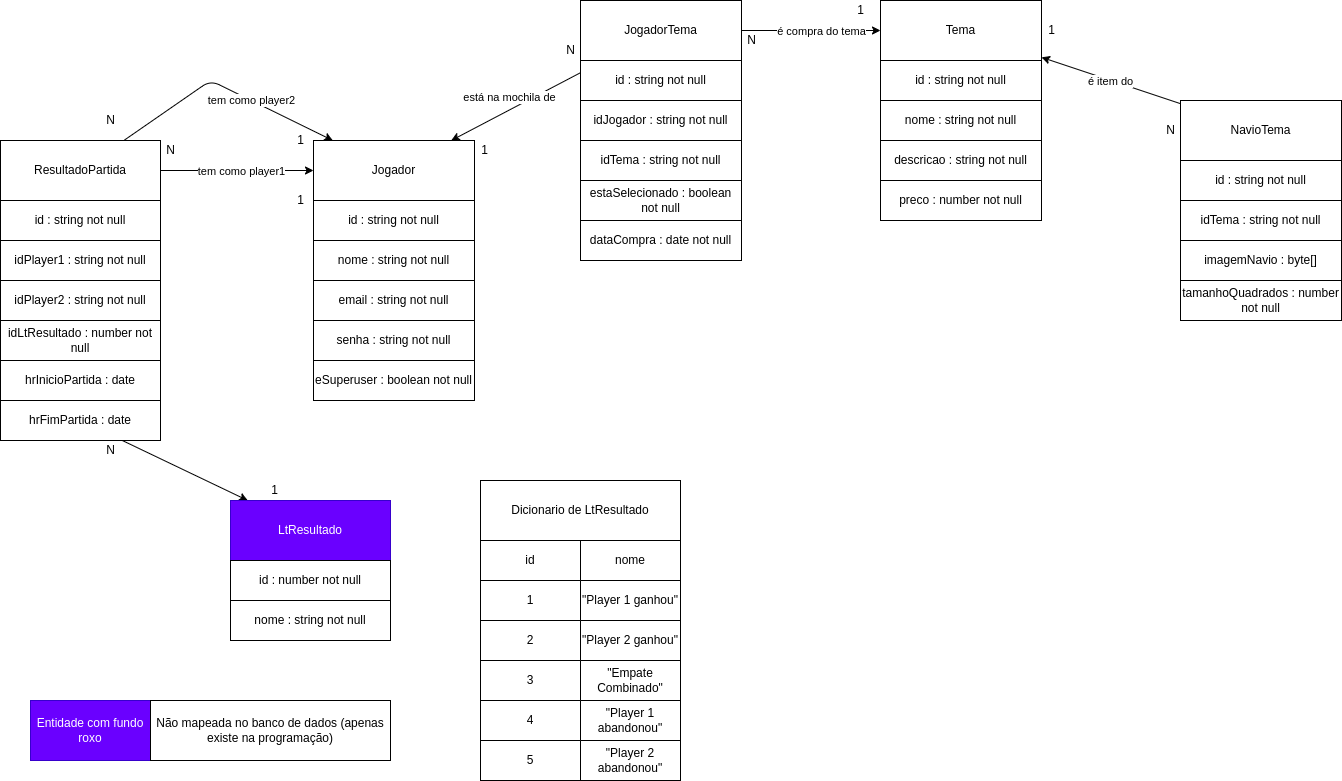
Before: analise/mer_v2.drawio.png, a diagram exported from draw.io (leandroalveswork/encouracadoValente_02). Source tidied: cells renumbered, new cells last; positions are measured from the earlier drawing's top-left corner, leaving out a move shared by most shapes.
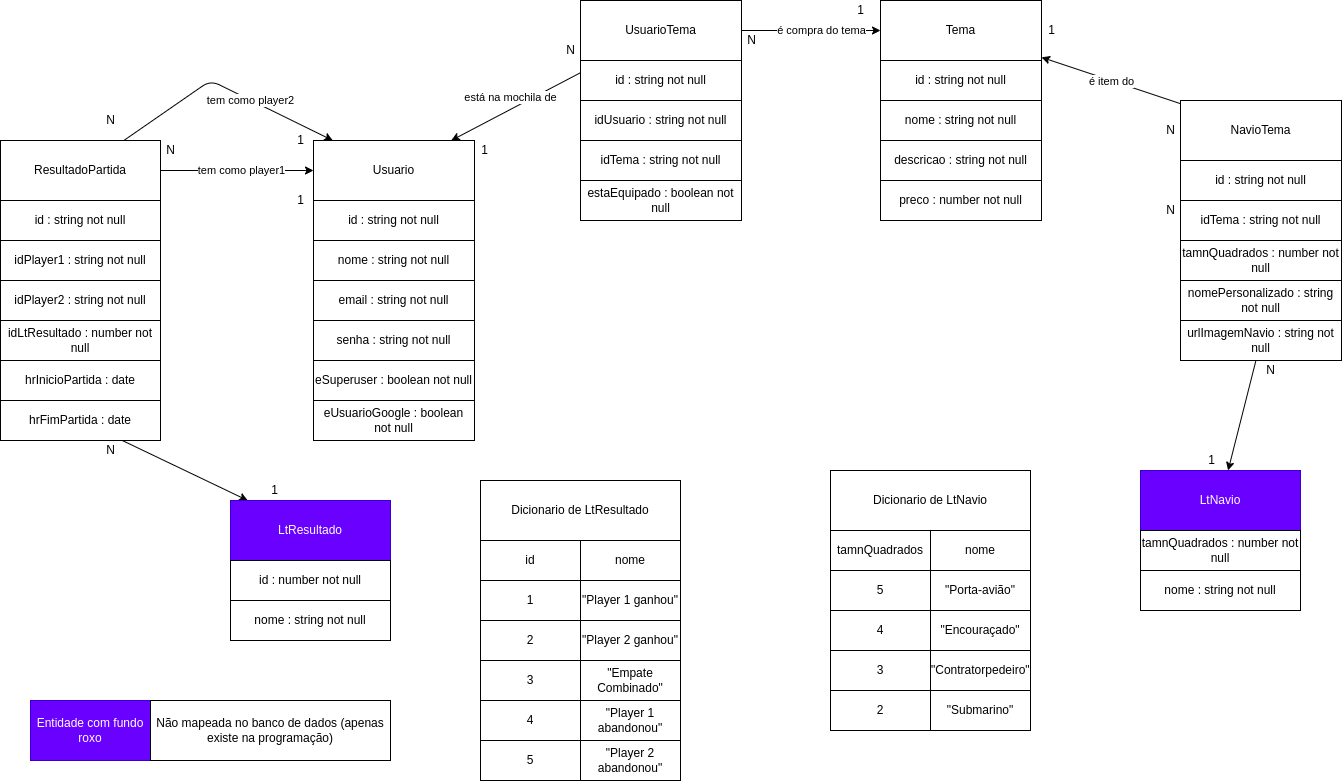
The same file after the commit.

Change to the diagram source:
```diff
@@ -2,7 +2,7 @@
   <root>
     <mxCell id="0" />
     <mxCell id="1" parent="0" />
-    <mxCell id="2" value="Jogador" style="rounded=0;whiteSpace=wrap;html=1;" parent="1" vertex="1">
+    <mxCell id="2" value="Usuario" style="rounded=0;whiteSpace=wrap;html=1;" parent="1" vertex="1">
       <mxGeometry x="313" y="140" width="161" height="60" as="geometry" />
     </mxCell>
     <mxCell id="3" style="edgeStyle=none;html=1;" parent="1" edge="1" source="7" target="2">
@@ -27,7 +27,7 @@
       <mxGeometry y="140" width="160" height="60" as="geometry" />
     </mxCell>
     <mxCell id="8" style="shape=table;startSize=0;" parent="1" vertex="1">
-      <mxGeometry x="313" y="200" width="161" height="200" as="geometry" />
+      <mxGeometry x="313" y="200" width="161" height="240" as="geometry" />
     </mxCell>
     <mxCell id="9" style="shape=partialRectangle;fillColor=none;top=0;left=0;bottom=0;right=0;" parent="8" vertex="1">
       <mxGeometry width="161" height="40" as="geometry" />
@@ -59,6 +59,12 @@
     <mxCell id="18" value="eSuperuser : boolean not null" style="shape=partialRectangle;html=1;whiteSpace=wrap;overflow=hidden;fillColor=none;top=0;left=0;bottom=0;right=0;" parent="17" vertex="1">
       <mxGeometry width="161" height="40" as="geometry" />
     </mxCell>
+    <mxCell id="111" style="shape=partialRectangle;fillColor=none;top=0;left=0;bottom=0;right=0;" parent="8" vertex="1">
+      <mxGeometry y="200" width="161" height="40" as="geometry" />
+    </mxCell>
+    <mxCell id="112" value="eUsuarioGoogle : boolean not null" style="shape=partialRectangle;html=1;whiteSpace=wrap;overflow=hidden;fillColor=none;top=0;left=0;bottom=0;right=0;" parent="111" vertex="1">
+      <mxGeometry width="161" height="40" as="geometry" />
+    </mxCell>
     <mxCell id="19" style="shape=table;startSize=0;" parent="1" vertex="1">
       <mxGeometry y="200" width="160" height="240" as="geometry" />
     </mxCell>
@@ -260,11 +266,11 @@
         <mxPoint x="36" y="3" as="offset" />
       </mxGeometry>
     </mxCell>
-    <mxCell id="84" value="JogadorTema" style="rounded=0;whiteSpace=wrap;html=1;" parent="1" vertex="1">
+    <mxCell id="84" value="UsuarioTema" style="rounded=0;whiteSpace=wrap;html=1;" parent="1" vertex="1">
       <mxGeometry x="580" width="161" height="60" as="geometry" />
     </mxCell>
     <mxCell id="85" style="shape=table;startSize=0;" parent="1" vertex="1">
-      <mxGeometry x="580" y="60" width="161" height="200" as="geometry" />
+      <mxGeometry x="580" y="60" width="161" height="160" as="geometry" />
     </mxCell>
     <mxCell id="86" style="shape=partialRectangle;fillColor=none;top=0;left=0;bottom=0;right=0;" parent="85" vertex="1">
       <mxGeometry width="161" height="40" as="geometry" />
@@ -275,7 +281,7 @@
     <mxCell id="88" style="shape=partialRectangle;fillColor=none;top=0;left=0;bottom=0;right=0;" parent="85" vertex="1">
       <mxGeometry y="40" width="161" height="40" as="geometry" />
     </mxCell>
-    <mxCell id="89" value="idJogador : string not null" style="shape=partialRectangle;html=1;whiteSpace=wrap;overflow=hidden;fillColor=none;top=0;left=0;bottom=0;right=0;" parent="88" vertex="1">
+    <mxCell id="89" value="idUsuario : string not null" style="shape=partialRectangle;html=1;whiteSpace=wrap;overflow=hidden;fillColor=none;top=0;left=0;bottom=0;right=0;" parent="88" vertex="1">
       <mxGeometry width="161" height="40" as="geometry" />
     </mxCell>
     <mxCell id="90" style="shape=partialRectangle;fillColor=none;top=0;left=0;bottom=0;right=0;" parent="85" vertex="1">
@@ -287,15 +293,9 @@
     <mxCell id="92" style="shape=partialRectangle;fillColor=none;top=0;left=0;bottom=0;right=0;" parent="85" vertex="1">
       <mxGeometry y="120" width="161" height="40" as="geometry" />
     </mxCell>
-    <mxCell id="93" value="estaSelecionado : boolean not null" style="shape=partialRectangle;html=1;whiteSpace=wrap;overflow=hidden;fillColor=none;top=0;left=0;bottom=0;right=0;" parent="92" vertex="1">
+    <mxCell id="93" value="estaEquipado : boolean not null" style="shape=partialRectangle;html=1;whiteSpace=wrap;overflow=hidden;fillColor=none;top=0;left=0;bottom=0;right=0;" parent="92" vertex="1">
       <mxGeometry width="161" height="40" as="geometry" />
     </mxCell>
-    <mxCell id="94" style="shape=partialRectangle;fillColor=none;top=0;left=0;bottom=0;right=0;" parent="85" vertex="1">
-      <mxGeometry y="160" width="161" height="40" as="geometry" />
-    </mxCell>
-    <mxCell id="95" value="dataCompra : date not null" style="shape=partialRectangle;html=1;whiteSpace=wrap;overflow=hidden;fillColor=none;top=0;left=0;bottom=0;right=0;" parent="94" vertex="1">
-      <mxGeometry width="161" height="40" as="geometry" />
-    </mxCell>
     <mxCell id="96" value="N" style="text;html=1;align=center;verticalAlign=middle;strokeColor=none;fillColor=none;" parent="1" vertex="1">
       <mxGeometry x="560" y="40" width="20" height="20" as="geometry" />
     </mxCell>
@@ -309,7 +309,7 @@
       <mxGeometry x="1180" y="100" width="161" height="60" as="geometry" />
     </mxCell>
     <mxCell id="100" style="shape=table;startSize=0;" parent="1" vertex="1">
-      <mxGeometry x="1180" y="160" width="161" height="160" as="geometry" />
+      <mxGeometry x="1180" y="160" width="161" height="200" as="geometry" />
     </mxCell>
     <mxCell id="101" style="shape=partialRectangle;fillColor=none;top=0;left=0;bottom=0;right=0;" parent="100" vertex="1">
       <mxGeometry width="161" height="40" as="geometry" />
@@ -326,13 +326,19 @@
     <mxCell id="105" style="shape=partialRectangle;fillColor=none;top=0;left=0;bottom=0;right=0;" parent="100" vertex="1">
       <mxGeometry y="80" width="161" height="40" as="geometry" />
     </mxCell>
-    <mxCell id="106" value="imagemNavio : byte[]" style="shape=partialRectangle;html=1;whiteSpace=wrap;overflow=hidden;fillColor=none;top=0;left=0;bottom=0;right=0;" parent="105" vertex="1">
+    <mxCell id="106" value="tamnQuadrados : number not null" style="shape=partialRectangle;html=1;whiteSpace=wrap;overflow=hidden;fillColor=none;top=0;left=0;bottom=0;right=0;" parent="105" vertex="1">
       <mxGeometry width="161" height="40" as="geometry" />
     </mxCell>
+    <mxCell id="113" style="shape=partialRectangle;fillColor=none;top=0;left=0;bottom=0;right=0;" parent="100" vertex="1">
+      <mxGeometry y="120" width="161" height="40" as="geometry" />
+    </mxCell>
+    <mxCell id="114" value="nomePersonalizado : string not null" style="shape=partialRectangle;html=1;whiteSpace=wrap;overflow=hidden;fillColor=none;top=0;left=0;bottom=0;right=0;" parent="113" vertex="1">
+      <mxGeometry width="161" height="40" as="geometry" />
+    </mxCell>
     <mxCell id="107" style="shape=partialRectangle;fillColor=none;top=0;left=0;bottom=0;right=0;points=[[0,0.5],[1,0.5]];portConstraint=eastwest;" parent="100" vertex="1">
-      <mxGeometry y="120" width="161" height="40" as="geometry" />
+      <mxGeometry y="160" width="161" height="40" as="geometry" />
     </mxCell>
-    <mxCell id="108" value="tamanhoQuadrados : number not null" style="shape=partialRectangle;html=1;whiteSpace=wrap;overflow=hidden;fillColor=none;top=0;left=0;bottom=0;right=0;" parent="107" vertex="1">
+    <mxCell id="108" value="urlImagemNavio : string not null" style="shape=partialRectangle;html=1;whiteSpace=wrap;overflow=hidden;fillColor=none;top=0;left=0;bottom=0;right=0;" parent="107" vertex="1">
       <mxGeometry width="161" height="40" as="geometry" />
     </mxCell>
     <mxCell id="109" value="N" style="text;html=1;align=center;verticalAlign=middle;strokeColor=none;fillColor=none;" parent="1" vertex="1">
@@ -341,5 +347,86 @@
     <mxCell id="110" value="1" style="text;html=1;align=center;verticalAlign=middle;strokeColor=none;fillColor=none;" parent="1" vertex="1">
       <mxGeometry x="1041" y="20" width="20" height="20" as="geometry" />
     </mxCell>
+    <mxCell id="115" value="N" style="text;html=1;align=center;verticalAlign=middle;strokeColor=none;fillColor=none;" parent="1" vertex="1">
+      <mxGeometry x="1160" y="200" width="20" height="20" as="geometry" />
+    </mxCell>
+    <mxCell id="116" style="edgeStyle=none;html=1;" parent="1" edge="1" source="107" target="117">
+      <mxGeometry relative="1" as="geometry" />
+    </mxCell>
+    <mxCell id="117" value="LtNavio" style="rounded=0;whiteSpace=wrap;html=1;fillColor=#6a00ff;fontColor=#ffffff;strokeColor=#3700CC;" parent="1" vertex="1">
+      <mxGeometry x="1140" y="470" width="160" height="60" as="geometry" />
+    </mxCell>
+    <mxCell id="118" style="shape=table;startSize=0;" parent="1" vertex="1">
+      <mxGeometry x="1140" y="530" width="160" height="80" as="geometry" />
+    </mxCell>
+    <mxCell id="119" style="shape=partialRectangle;fillColor=none;top=0;left=0;bottom=0;right=0;" parent="118" vertex="1">
+      <mxGeometry width="160" height="40" as="geometry" />
+    </mxCell>
+    <mxCell id="120" value="tamnQuadrados : number not null" style="shape=partialRectangle;html=1;whiteSpace=wrap;overflow=hidden;fillColor=none;top=0;left=0;bottom=0;right=0;" parent="119" vertex="1">
+      <mxGeometry width="160" height="40" as="geometry" />
+    </mxCell>
+    <mxCell id="121" style="shape=partialRectangle;fillColor=none;top=0;left=0;bottom=0;right=0;" parent="118" vertex="1">
+      <mxGeometry y="40" width="160" height="40" as="geometry" />
+    </mxCell>
+    <mxCell id="122" value="nome : string not null" style="shape=partialRectangle;html=1;whiteSpace=wrap;overflow=hidden;fillColor=none;top=0;left=0;bottom=0;right=0;" parent="121" vertex="1">
+      <mxGeometry width="160" height="40" as="geometry" />
+    </mxCell>
+    <mxCell id="123" value="N" style="text;html=1;align=center;verticalAlign=middle;strokeColor=none;fillColor=none;" parent="1" vertex="1">
+      <mxGeometry x="1260" y="360" width="20" height="20" as="geometry" />
+    </mxCell>
+    <mxCell id="124" value="1" style="text;html=1;align=center;verticalAlign=middle;strokeColor=none;fillColor=none;" parent="1" vertex="1">
+      <mxGeometry x="1201" y="450" width="20" height="20" as="geometry" />
+    </mxCell>
+    <mxCell id="125" value="Dicionario de LtNavio" style="rounded=0;whiteSpace=wrap;html=1;" parent="1" vertex="1">
+      <mxGeometry x="830" y="470" width="200" height="60" as="geometry" />
+    </mxCell>
+    <mxCell id="126" style="shape=table;startSize=0;" parent="1" vertex="1">
+      <mxGeometry x="830" y="530" width="200" height="200" as="geometry" />
+    </mxCell>
+    <mxCell id="127" style="shape=partialRectangle;fillColor=none;top=0;left=0;bottom=0;right=0;" parent="126" vertex="1">
+      <mxGeometry width="200" height="40" as="geometry" />
+    </mxCell>
+    <mxCell id="128" value="tamnQuadrados" style="shape=partialRectangle;html=1;whiteSpace=wrap;overflow=hidden;fillColor=none;top=0;left=0;bottom=0;right=0;" parent="127" vertex="1">
+      <mxGeometry width="100" height="40" as="geometry" />
+    </mxCell>
+    <mxCell id="129" value="nome" style="shape=partialRectangle;html=1;whiteSpace=wrap;overflow=hidden;fillColor=none;top=0;left=0;bottom=0;right=0;" parent="127" vertex="1">
+      <mxGeometry x="100" width="100" height="40" as="geometry" />
+    </mxCell>
+    <mxCell id="130" style="shape=partialRectangle;fillColor=none;top=0;left=0;bottom=0;right=0;" parent="126" vertex="1">
+      <mxGeometry y="40" width="200" height="40" as="geometry" />
+    </mxCell>
+    <mxCell id="131" value="5" style="shape=partialRectangle;html=1;whiteSpace=wrap;overflow=hidden;fillColor=none;top=0;left=0;bottom=0;right=0;" parent="130" vertex="1">
+      <mxGeometry width="100" height="40" as="geometry" />
+    </mxCell>
+    <mxCell id="132" value="&quot;Porta-avião&quot;" style="shape=partialRectangle;html=1;whiteSpace=wrap;overflow=hidden;fillColor=none;top=0;left=0;bottom=0;right=0;" parent="130" vertex="1">
+      <mxGeometry x="100" width="100" height="40" as="geometry" />
+    </mxCell>
+    <mxCell id="133" style="shape=partialRectangle;fillColor=none;top=0;left=0;bottom=0;right=0;" parent="126" vertex="1">
+      <mxGeometry y="80" width="200" height="40" as="geometry" />
+    </mxCell>
+    <mxCell id="134" value="4" style="shape=partialRectangle;html=1;whiteSpace=wrap;overflow=hidden;fillColor=none;top=0;left=0;bottom=0;right=0;" parent="133" vertex="1">
+      <mxGeometry width="100" height="40" as="geometry" />
+    </mxCell>
+    <mxCell id="135" value="&quot;Encouraçado&quot;" style="shape=partialRectangle;html=1;whiteSpace=wrap;overflow=hidden;fillColor=none;top=0;left=0;bottom=0;right=0;" parent="133" vertex="1">
+      <mxGeometry x="100" width="100" height="40" as="geometry" />
+    </mxCell>
+    <mxCell id="136" style="shape=partialRectangle;fillColor=none;top=0;left=0;bottom=0;right=0;" parent="126" vertex="1">
+      <mxGeometry y="120" width="200" height="40" as="geometry" />
+    </mxCell>
+    <mxCell id="137" value="3" style="shape=partialRectangle;html=1;whiteSpace=wrap;overflow=hidden;fillColor=none;top=0;left=0;bottom=0;right=0;" parent="136" vertex="1">
+      <mxGeometry width="100" height="40" as="geometry" />
+    </mxCell>
+    <mxCell id="138" value="&quot;Contratorpedeiro&quot;" style="shape=partialRectangle;html=1;whiteSpace=wrap;overflow=hidden;fillColor=none;top=0;left=0;bottom=0;right=0;" parent="136" vertex="1">
+      <mxGeometry x="100" width="100" height="40" as="geometry" />
+    </mxCell>
+    <mxCell id="139" style="shape=partialRectangle;fillColor=none;top=0;left=0;bottom=0;right=0;" parent="126" vertex="1">
+      <mxGeometry y="160" width="200" height="40" as="geometry" />
+    </mxCell>
+    <mxCell id="140" value="2" style="shape=partialRectangle;html=1;whiteSpace=wrap;overflow=hidden;fillColor=none;top=0;left=0;bottom=0;right=0;" parent="139" vertex="1">
+      <mxGeometry width="100" height="40" as="geometry" />
+    </mxCell>
+    <mxCell id="141" value="&quot;Submarino&quot;" style="shape=partialRectangle;html=1;whiteSpace=wrap;overflow=hidden;fillColor=none;top=0;left=0;bottom=0;right=0;" parent="139" vertex="1">
+      <mxGeometry x="100" width="100" height="40" as="geometry" />
+    </mxCell>
   </root>
 </mxGraphModel>
```
